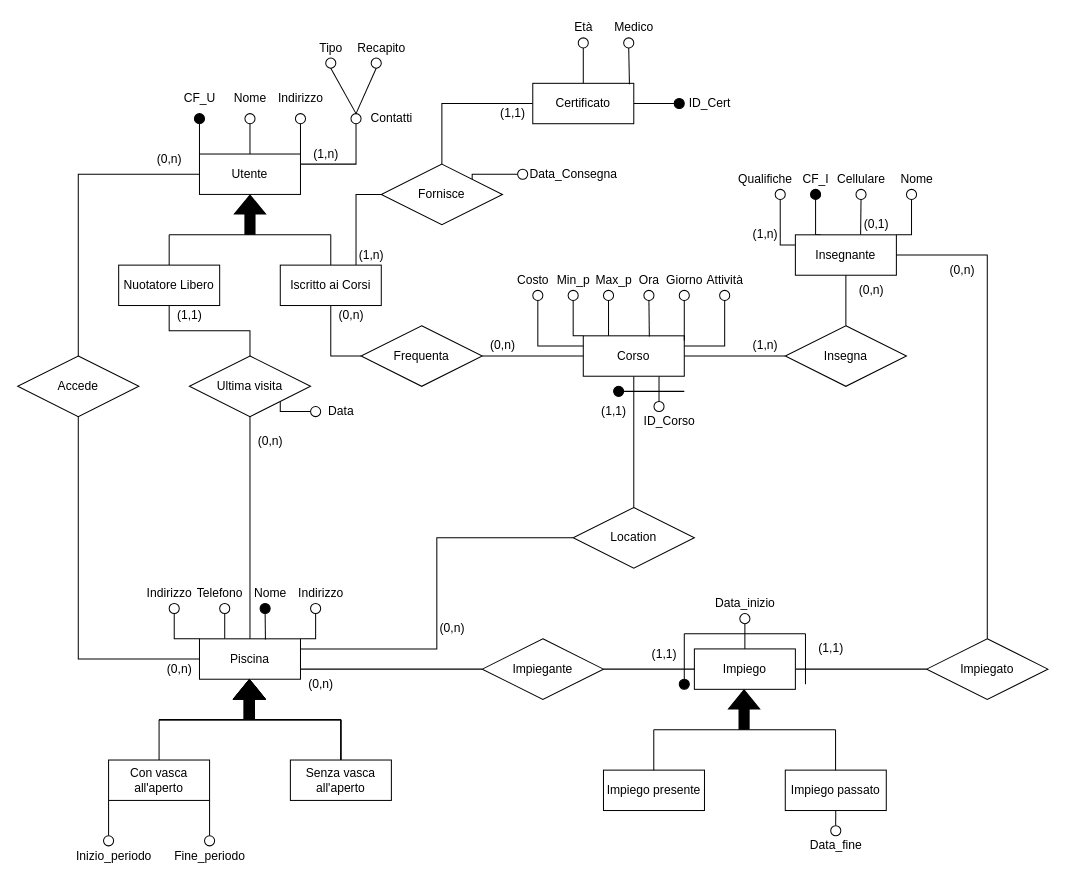
Above: ER Diagrams/Diagram2.drawio in fra-dln/PiscineComunali (draw.io), before the change. Source tidied: cells renumbered, new cells numbered last; positions are measured from the earlier drawing's top-left corner, leaving out a move shared by most shapes. Both pictures are drawn from the tidied source at 101%, with x=0, y=0 at pixel (17, 17).
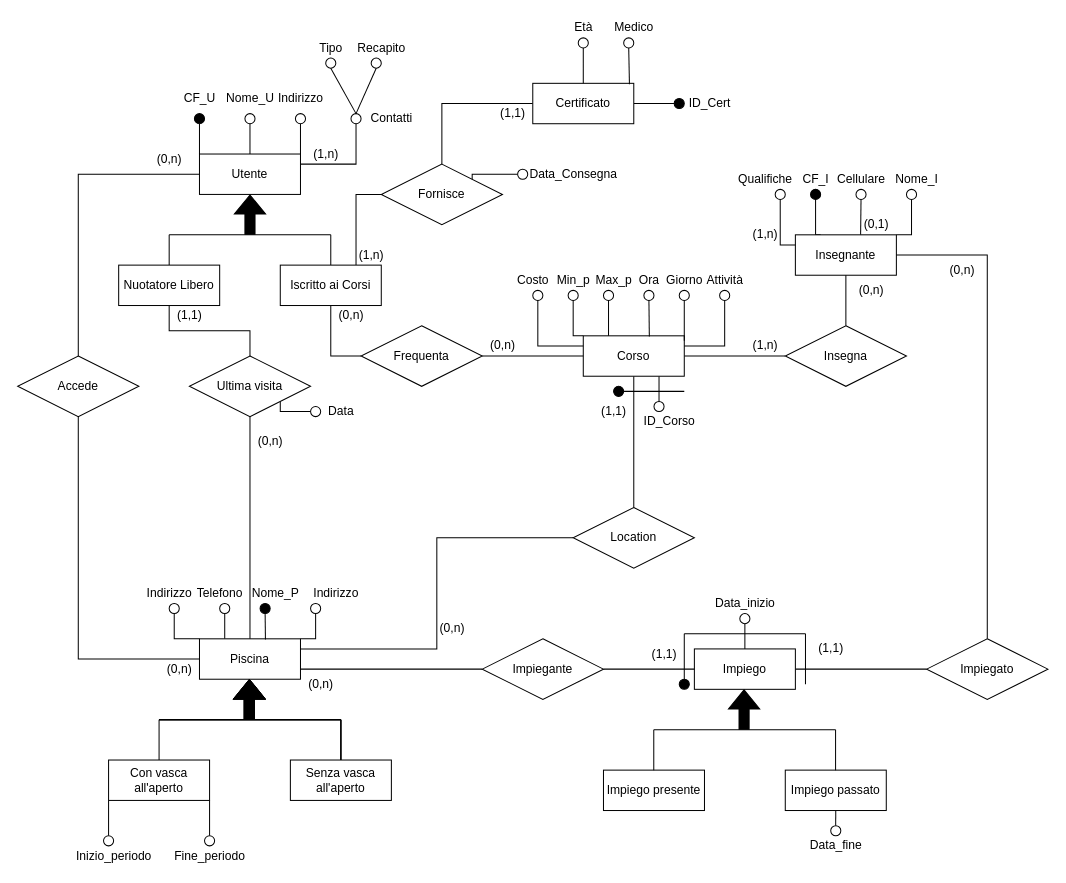
Above is the later version.

What changed in the source:
```diff
@@
-    <mxCell id="80" value="Nome" style="text;html=1;align=center;verticalAlign=middle;strokeColor=none;fillColor=none;" parent="1" vertex="1">
-      <mxGeometry x="225" y="560" width="50" height="20" as="geometry" />
+    <mxCell id="80" value="Nome_P" style="text;html=1;align=center;verticalAlign=middle;strokeColor=none;fillColor=none;" parent="1" vertex="1">
+      <mxGeometry x="225" y="560" width="60" height="20" as="geometry" />
     </mxCell>
@@
     <mxCell id="85" value="Indirizzo" style="text;html=1;align=center;verticalAlign=middle;strokeColor=none;fillColor=none;" parent="1" vertex="1">
-      <mxGeometry x="270" y="560" width="60" height="20" as="geometry" />
+      <mxGeometry x="285" y="560" width="60" height="20" as="geometry" />
     </mxCell>
@@
-    <mxCell id="117" value="Nome" style="text;html=1;align=center;verticalAlign=middle;strokeColor=none;fillColor=none;" parent="1" vertex="1">
-      <mxGeometry x="205" y="70" width="50" height="20" as="geometry" />
+    <mxCell id="117" value="Nome_U" style="text;html=1;align=center;verticalAlign=middle;strokeColor=none;fillColor=none;" parent="1" vertex="1">
+      <mxGeometry x="200" y="70" width="60" height="20" as="geometry" />
     </mxCell>
@@
-    <mxCell id="160" value="Nome" style="text;html=1;align=center;verticalAlign=middle;strokeColor=none;fillColor=none;" parent="1" vertex="1">
-      <mxGeometry x="865" y="150" width="50" height="20" as="geometry" />
+    <mxCell id="160" value="Nome_I" style="text;html=1;align=center;verticalAlign=middle;strokeColor=none;fillColor=none;" parent="1" vertex="1">
+      <mxGeometry x="860" y="150" width="60" height="20" as="geometry" />
     </mxCell>
```
